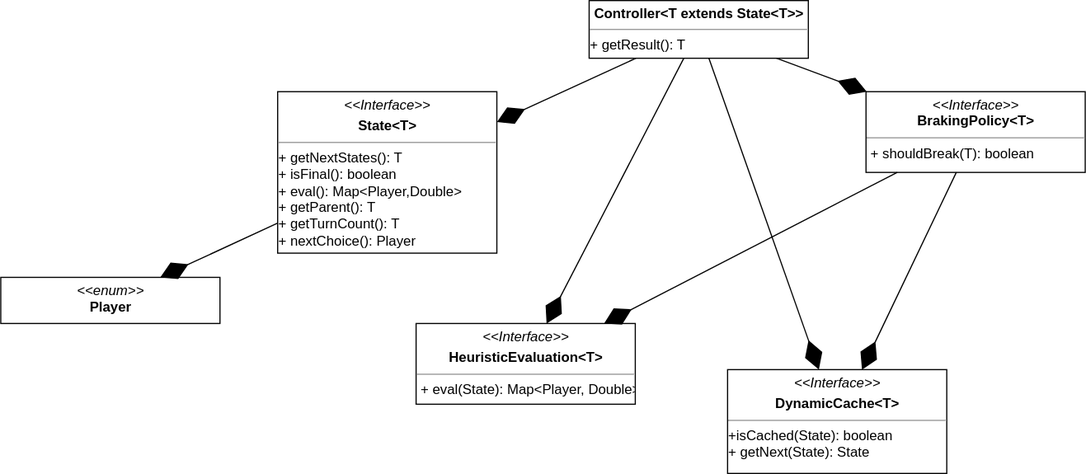
This is documentation/Classdiagramm.svg from TilBlechschmidt/NAK-TreeOptimizationAnalysis, a draw.io export, as it was before one commit. Source tidied: cells renumbered, new cells last; positions are measured from the earlier drawing's top-left corner, leaving out a move shared by most shapes.
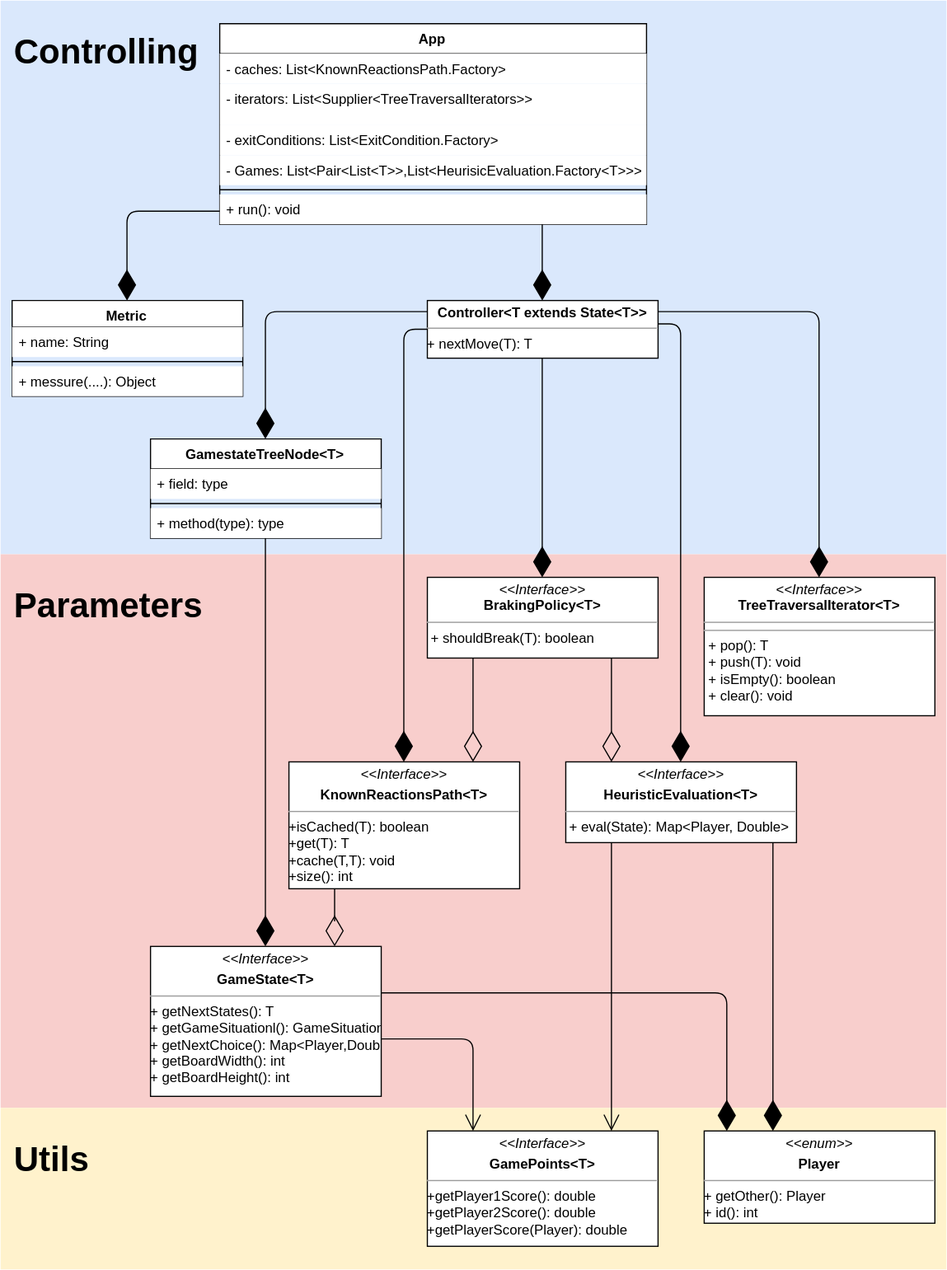
After the change.

Change to the diagram source:
```diff
@@ -2,44 +2,206 @@
   <root>
     <mxCell id="0" />
     <mxCell id="1" parent="0" />
+    <mxCell id="15" style="rounded=0;whiteSpace=wrap;html=1;fillColor=#dae8fc;strokeColor=none;" parent="1" vertex="1">
+      <mxGeometry x="-130" y="-280" width="820" height="480" as="geometry" />
+    </mxCell>
+    <mxCell id="16" style="rounded=0;whiteSpace=wrap;html=1;fillColor=#f8cecc;strokeColor=none;" parent="1" vertex="1">
+      <mxGeometry x="-130" y="200" width="820" height="480" as="geometry" />
+    </mxCell>
+    <mxCell id="17" style="rounded=0;whiteSpace=wrap;html=1;strokeColor=none;fillColor=#fff2cc;" parent="1" vertex="1">
+      <mxGeometry x="-130" y="680" width="820" height="140" as="geometry" />
+    </mxCell>
-    <mxCell id="2" value="&lt;p style=&quot;margin: 0px ; margin-top: 4px ; text-align: center&quot;&gt;&lt;i&gt;&amp;lt;&amp;lt;Interface&amp;gt;&amp;gt;&lt;/i&gt;&lt;b&gt;&lt;br&gt;&lt;/b&gt;&lt;/p&gt;&lt;p style=&quot;margin: 0px ; margin-top: 4px ; text-align: center&quot;&gt;&lt;b&gt;State&amp;lt;T&amp;gt;&lt;/b&gt;&lt;/p&gt;&lt;hr size=&quot;1&quot;&gt;+ getNextStates(): T&lt;div&gt;+ isFinal(): boolean&lt;br&gt;+ eval(): Map&amp;lt;Player,Double&amp;gt;&lt;br&gt;&lt;/div&gt;&lt;div&gt;+ getParent(): T&lt;/div&gt;&lt;div&gt;+ getTurnCount(): T&lt;br&gt;&lt;/div&gt;&lt;div&gt;+ nextChoice(): Player&lt;br&gt;&lt;/div&gt;" style="verticalAlign=top;align=left;overflow=fill;fontSize=12;fontFamily=Helvetica;html=1;" parent="1" vertex="1">
-      <mxGeometry x="240" y="79" width="190" height="140" as="geometry" />
+    <mxCell id="2" value="&lt;p style=&quot;margin: 0px ; margin-top: 4px ; text-align: center&quot;&gt;&lt;i&gt;&amp;lt;&amp;lt;Interface&amp;gt;&amp;gt;&lt;/i&gt;&lt;b&gt;&lt;br&gt;&lt;/b&gt;&lt;/p&gt;&lt;p style=&quot;margin: 0px ; margin-top: 4px ; text-align: center&quot;&gt;&lt;b&gt;GameState&amp;lt;T&amp;gt;&lt;/b&gt;&lt;/p&gt;&lt;hr size=&quot;1&quot;&gt;+ getNextStates(): T&lt;div&gt;+ getGameSituationl(): GameSituation&lt;br&gt;+ getNextChoice(): Map&amp;lt;Player,Double&amp;gt;&lt;br&gt;&lt;/div&gt;&lt;div&gt;+ getBoardWidth(): int&lt;br&gt;&lt;/div&gt;&lt;div&gt;+ getBoardHeight(): int&lt;/div&gt;" style="verticalAlign=top;align=left;overflow=fill;fontSize=12;fontFamily=Helvetica;html=1;" parent="1" vertex="1">
+      <mxGeometry y="540" width="200" height="130" as="geometry" />
     </mxCell>
     <mxCell id="3" value="&lt;p style=&quot;margin: 0px ; margin-top: 4px ; text-align: center&quot;&gt;&lt;i&gt;&amp;lt;&amp;lt;Interface&amp;gt;&amp;gt;&lt;/i&gt;&lt;br&gt;&lt;b&gt;BrakingPolicy&amp;lt;T&amp;gt;&lt;br&gt;&lt;/b&gt;&lt;/p&gt;&lt;hr size=&quot;1&quot;&gt;&amp;nbsp;+ shouldBreak(T): boolean" style="verticalAlign=top;align=left;overflow=fill;fontSize=12;fontFamily=Helvetica;html=1;" parent="1" vertex="1">
-      <mxGeometry x="750" y="79" width="190" height="70" as="geometry" />
+      <mxGeometry x="240" y="220" width="200" height="70" as="geometry" />
     </mxCell>
     <mxCell id="4" value="&lt;p style=&quot;margin: 0px ; margin-top: 4px ; text-align: center&quot;&gt;&lt;i&gt;&amp;lt;&amp;lt;Interface&amp;gt;&amp;gt;&lt;/i&gt;&lt;/p&gt;&lt;p style=&quot;margin: 0px ; margin-top: 4px ; text-align: center&quot;&gt;&lt;b&gt;HeuristicEvaluation&amp;lt;T&amp;gt;&lt;/b&gt;&lt;br&gt;&lt;/p&gt;&lt;hr size=&quot;1&quot;&gt;&amp;nbsp;+ eval(State): Map&amp;lt;Player, Double&amp;gt;" style="verticalAlign=top;align=left;overflow=fill;fontSize=12;fontFamily=Helvetica;html=1;" parent="1" vertex="1">
-      <mxGeometry x="360" y="280" width="190" height="70" as="geometry" />
+      <mxGeometry x="360" y="380" width="200" height="70" as="geometry" />
     </mxCell>
-    <mxCell id="5" value="&lt;p style=&quot;margin: 0px ; margin-top: 4px ; text-align: center&quot;&gt;&lt;b&gt;Controller&amp;lt;T extends State&amp;lt;T&amp;gt;&amp;gt;&lt;/b&gt;&lt;/p&gt;&lt;hr size=&quot;1&quot;&gt;+ getResult(): T" style="verticalAlign=top;align=left;overflow=fill;fontSize=12;fontFamily=Helvetica;html=1;" parent="1" vertex="1">
-      <mxGeometry x="510" width="190" height="50" as="geometry" />
+    <mxCell id="5" value="&lt;p style=&quot;margin: 0px ; margin-top: 4px ; text-align: center&quot;&gt;&lt;b&gt;Controller&amp;lt;T extends State&amp;lt;T&amp;gt;&amp;gt;&lt;/b&gt;&lt;/p&gt;&lt;hr size=&quot;1&quot;&gt;+ nextMove(T): T" style="verticalAlign=top;align=left;overflow=fill;fontSize=12;fontFamily=Helvetica;html=1;" parent="1" vertex="1">
+      <mxGeometry x="240" y="-20" width="200" height="50" as="geometry" />
     </mxCell>
-    <mxCell id="6" style="endArrow=diamondThin;endFill=1;endSize=24;html=1;" parent="1" edge="1" source="5" target="2">
-      <mxGeometry relative="1" as="geometry" />
+    <mxCell id="6" style="endArrow=diamondThin;endFill=1;endSize=24;html=1;edgeStyle=orthogonalEdgeStyle;" parent="1" edge="1" source="5" target="31">
+      <mxGeometry relative="1" as="geometry">
+        <Array as="points">
+          <mxPoint x="100" y="-10" />
+        </Array>
+      </mxGeometry>
     </mxCell>
-    <mxCell id="7" style="endArrow=diamondThin;endFill=1;endSize=24;html=1;" parent="1" edge="1" source="5" target="3">
-      <mxGeometry relative="1" as="geometry" />
+    <mxCell id="7" style="endArrow=diamondThin;endFill=1;endSize=24;html=1;edgeStyle=orthogonalEdgeStyle;" parent="1" edge="1" source="5" target="3">
+      <mxGeometry relative="1" as="geometry">
+        <Array as="points">
+          <mxPoint x="340" y="110" />
+          <mxPoint x="340" y="110" />
+        </Array>
+      </mxGeometry>
     </mxCell>
-    <mxCell id="8" style="endArrow=diamondThin;endFill=1;endSize=24;html=1;" parent="1" edge="1" source="5" target="4">
-      <mxGeometry relative="1" as="geometry" />
+    <mxCell id="8" style="endArrow=diamondThin;endFill=1;endSize=24;html=1;edgeStyle=orthogonalEdgeStyle;" parent="1" edge="1" source="5" target="4">
+      <mxGeometry relative="1" as="geometry">
+        <Array as="points">
+          <mxPoint x="460" />
+        </Array>
+      </mxGeometry>
     </mxCell>
-    <mxCell id="9" style="endArrow=diamondThin;endFill=1;endSize=24;html=1;" parent="1" edge="1" source="3" target="4">
-      <mxGeometry relative="1" as="geometry" />
+    <mxCell id="9" style="endArrow=diamondThin;endFill=0;endSize=24;html=1;edgeStyle=orthogonalEdgeStyle;" parent="1" edge="1" source="3" target="4">
+      <mxGeometry relative="1" as="geometry">
+        <Array as="points">
+          <mxPoint x="400" y="330" />
+          <mxPoint x="400" y="330" />
+        </Array>
+      </mxGeometry>
     </mxCell>
-    <mxCell id="10" value="&lt;p style=&quot;margin: 0px ; margin-top: 4px ; text-align: center&quot;&gt;&lt;i&gt;&amp;lt;&amp;lt;Interface&amp;gt;&amp;gt;&lt;/i&gt;&lt;/p&gt;&lt;p style=&quot;margin: 0px ; margin-top: 4px ; text-align: center&quot;&gt;&lt;b&gt;DynamicCache&amp;lt;T&amp;gt;&lt;/b&gt;&lt;br&gt;&lt;/p&gt;&lt;hr size=&quot;1&quot;&gt;&lt;div&gt;+isCached(State): boolean &lt;br&gt;&lt;/div&gt;&lt;div&gt;+ getNext(State): State&lt;/div&gt;" style="verticalAlign=top;align=left;overflow=fill;fontSize=12;fontFamily=Helvetica;html=1;" parent="1" vertex="1">
-      <mxGeometry x="630" y="320" width="190" height="90" as="geometry" />
+    <mxCell id="10" value="&lt;p style=&quot;margin: 0px ; margin-top: 4px ; text-align: center&quot;&gt;&lt;i&gt;&amp;lt;&amp;lt;Interface&amp;gt;&amp;gt;&lt;/i&gt;&lt;/p&gt;&lt;p style=&quot;margin: 0px ; margin-top: 4px ; text-align: center&quot;&gt;&lt;b&gt;KnownReactionsPath&amp;lt;T&amp;gt;&lt;/b&gt;&lt;br&gt;&lt;/p&gt;&lt;hr size=&quot;1&quot;&gt;&lt;div&gt;+isCached(T): boolean &lt;br&gt;&lt;/div&gt;&lt;div&gt;+get(T): T&lt;/div&gt;&lt;div&gt;+cache(T,T): void&lt;br&gt;&lt;/div&gt;&lt;div&gt;+size(): int&lt;br&gt;&lt;/div&gt;" style="verticalAlign=top;align=left;overflow=fill;fontSize=12;fontFamily=Helvetica;html=1;" parent="1" vertex="1">
+      <mxGeometry x="120" y="380" width="200" height="110" as="geometry" />
     </mxCell>
-    <mxCell id="11" style="endArrow=diamondThin;endFill=1;endSize=24;html=1;" parent="1" edge="1" source="5" target="10">
-      <mxGeometry relative="1" as="geometry" />
+    <mxCell id="11" style="endArrow=diamondThin;endFill=1;endSize=24;html=1;edgeStyle=orthogonalEdgeStyle;" parent="1" edge="1" source="5" target="10">
+      <mxGeometry relative="1" as="geometry">
+        <Array as="points">
+          <mxPoint x="220" y="330" />
+          <mxPoint x="220" y="330" />
+        </Array>
+      </mxGeometry>
     </mxCell>
-    <mxCell id="12" style="endArrow=diamondThin;endFill=1;endSize=24;html=1;" parent="1" edge="1" source="3" target="10">
-      <mxGeometry relative="1" as="geometry" />
+    <mxCell id="12" style="endArrow=diamondThin;endFill=0;endSize=24;html=1;edgeStyle=orthogonalEdgeStyle;" parent="1" edge="1" source="3" target="10">
+      <mxGeometry relative="1" as="geometry">
+        <Array as="points">
+          <mxPoint x="280" y="330" />
+          <mxPoint x="280" y="330" />
+        </Array>
+      </mxGeometry>
     </mxCell>
-    <mxCell id="13" value="&lt;p style=&quot;margin: 0px ; margin-top: 4px ; text-align: center&quot;&gt;&lt;i&gt;&amp;lt;&amp;lt;enum&amp;gt;&amp;gt;&lt;/i&gt;&lt;br&gt;&lt;b&gt;Player&lt;/b&gt;&lt;/p&gt;&lt;hr size=&quot;1&quot;&gt;" style="verticalAlign=top;align=left;overflow=fill;fontSize=12;fontFamily=Helvetica;html=1;" parent="1" vertex="1">
-      <mxGeometry y="240" width="190" height="40" as="geometry" />
-    </mxCell>
-    <mxCell id="14" style="endArrow=diamondThin;endFill=1;endSize=24;html=1;" parent="1" edge="1" source="2" target="13">
-      <mxGeometry relative="1" as="geometry" />
+    <mxCell id="14" style="endArrow=diamondThin;endFill=1;endSize=24;html=1;edgeStyle=orthogonalEdgeStyle;" parent="1" edge="1" source="2" target="39">
+      <mxGeometry relative="1" as="geometry">
+        <Array as="points">
+          <mxPoint x="500" y="580" />
+        </Array>
+      </mxGeometry>
     </mxCell>
+    <mxCell id="18" value="App" style="swimlane;fontStyle=1;align=center;verticalAlign=top;horizontal=1;startSize=26;" parent="1" vertex="1">
+      <mxGeometry x="60" y="-260" width="370" height="174" as="geometry" />
+    </mxCell>
+    <mxCell id="19" value="- caches: List&lt;KnownReactionsPath.Factory&gt;&#10;" style="text;strokeColor=none;fillColor=#ffffff;align=left;verticalAlign=top;spacingLeft=4;spacingRight=4;overflow=hidden;" parent="18" vertex="1">
+      <mxGeometry y="26" width="370" height="26" as="geometry" />
+    </mxCell>
+    <mxCell id="20" value="- iterators: List&lt;Supplier&lt;TreeTraversalIterators&gt;&gt;&#10;" style="text;strokeColor=none;fillColor=#ffffff;align=left;verticalAlign=top;spacingLeft=4;spacingRight=4;overflow=hidden;" parent="18" vertex="1">
+      <mxGeometry y="52" width="370" height="36" as="geometry" />
+    </mxCell>
+    <mxCell id="21" value="- exitConditions: List&lt;ExitCondition.Factory&gt;&#10;" style="text;strokeColor=none;fillColor=#ffffff;align=left;verticalAlign=top;spacingLeft=4;spacingRight=4;overflow=hidden;" parent="18" vertex="1">
+      <mxGeometry y="88" width="370" height="26" as="geometry" />
+    </mxCell>
+    <mxCell id="22" value="- Games: List&lt;Pair&lt;List&lt;T&gt;&gt;,List&lt;HeurisicEvaluation.Factory&lt;T&gt;&gt;&gt;&#10;" style="text;strokeColor=none;fillColor=#ffffff;align=left;verticalAlign=top;spacingLeft=4;spacingRight=4;overflow=hidden;" parent="18" vertex="1">
+      <mxGeometry y="114" width="370" height="26" as="geometry" />
+    </mxCell>
+    <mxCell id="23" style="line;strokeWidth=1;fillColor=#ffffff;align=left;verticalAlign=middle;spacingTop=-1;spacingLeft=3;spacingRight=3;labelPosition=right;" parent="18" vertex="1">
+      <mxGeometry y="140" width="370" height="8" as="geometry" />
+    </mxCell>
+    <mxCell id="24" value="+ run(): void" style="text;strokeColor=none;fillColor=#ffffff;align=left;verticalAlign=top;spacingLeft=4;spacingRight=4;overflow=hidden;" parent="18" vertex="1">
+      <mxGeometry y="148" width="370" height="26" as="geometry" />
+    </mxCell>
+    <mxCell id="25" style="endArrow=diamondThin;endFill=1;endSize=24;html=1;edgeStyle=orthogonalEdgeStyle;" parent="1" edge="1" source="18" target="5">
+      <mxGeometry relative="1" as="geometry">
+        <Array as="points">
+          <mxPoint x="340" y="-40" />
+          <mxPoint x="340" y="-40" />
+        </Array>
+      </mxGeometry>
+    </mxCell>
+    <mxCell id="26" value="Metric" style="swimlane;fontStyle=1;align=center;verticalAlign=top;horizontal=1;startSize=23;" parent="1" vertex="1">
+      <mxGeometry x="-120" y="-20" width="200" height="83" as="geometry" />
+    </mxCell>
+    <mxCell id="27" value="+ name: String" style="text;strokeColor=none;fillColor=#ffffff;align=left;verticalAlign=top;spacingLeft=4;spacingRight=4;overflow=hidden;" parent="26" vertex="1">
+      <mxGeometry y="23" width="200" height="26" as="geometry" />
+    </mxCell>
+    <mxCell id="28" style="line;strokeWidth=1;fillColor=#ffffff;align=left;verticalAlign=middle;spacingTop=-1;spacingLeft=3;spacingRight=3;labelPosition=right;" parent="26" vertex="1">
+      <mxGeometry y="49" width="200" height="8" as="geometry" />
+    </mxCell>
+    <mxCell id="29" value="+ messure(....): Object" style="text;strokeColor=none;fillColor=#ffffff;align=left;verticalAlign=top;spacingLeft=4;spacingRight=4;overflow=hidden;" parent="26" vertex="1">
+      <mxGeometry y="57" width="200" height="26" as="geometry" />
+    </mxCell>
+    <mxCell id="30" style="endArrow=diamondThin;endFill=1;endSize=24;html=1;edgeStyle=orthogonalEdgeStyle;" parent="1" edge="1" source="18" target="26">
+      <mxGeometry relative="1" as="geometry">
+        <Array as="points">
+          <mxPoint x="-20" y="-97" />
+        </Array>
+      </mxGeometry>
+    </mxCell>
+    <mxCell id="31" value="GamestateTreeNode&lt;T&gt;" style="swimlane;fontStyle=1;align=center;verticalAlign=top;horizontal=1;startSize=26;" parent="1" vertex="1">
+      <mxGeometry y="100" width="200" height="86" as="geometry" />
+    </mxCell>
+    <mxCell id="32" value="+ field: type" style="text;strokeColor=none;fillColor=#ffffff;align=left;verticalAlign=top;spacingLeft=4;spacingRight=4;overflow=hidden;" parent="31" vertex="1">
+      <mxGeometry y="26" width="200" height="26" as="geometry" />
+    </mxCell>
+    <mxCell id="33" style="line;strokeWidth=1;fillColor=#ffffff;align=left;verticalAlign=middle;spacingTop=-1;spacingLeft=3;spacingRight=3;labelPosition=right;" parent="31" vertex="1">
+      <mxGeometry y="52" width="200" height="8" as="geometry" />
+    </mxCell>
+    <mxCell id="34" value="+ method(type): type" style="text;strokeColor=none;fillColor=#ffffff;align=left;verticalAlign=top;spacingLeft=4;spacingRight=4;overflow=hidden;" parent="31" vertex="1">
+      <mxGeometry y="60" width="200" height="26" as="geometry" />
+    </mxCell>
+    <mxCell id="35" style="endArrow=diamondThin;endFill=1;endSize=24;html=1;edgeStyle=orthogonalEdgeStyle;" parent="1" edge="1" source="31" target="2">
+      <mxGeometry relative="1" as="geometry">
+        <Array as="points">
+          <mxPoint x="100" y="350" />
+          <mxPoint x="100" y="350" />
+        </Array>
+      </mxGeometry>
+    </mxCell>
+    <mxCell id="36" style="endArrow=diamondThin;endFill=1;endSize=24;html=1;edgeStyle=orthogonalEdgeStyle;" parent="1" edge="1" source="5" target="37">
+      <mxGeometry relative="1" as="geometry">
+        <Array as="points">
+          <mxPoint x="580" y="-10" />
+        </Array>
+      </mxGeometry>
+    </mxCell>
+    <mxCell id="37" value="&lt;p style=&quot;margin: 0px ; margin-top: 4px ; text-align: center&quot;&gt;&lt;i&gt;&amp;lt;&amp;lt;Interface&amp;gt;&amp;gt;&lt;/i&gt;&lt;br&gt;&lt;b&gt;TreeTraversalIterator&amp;lt;T&amp;gt;&lt;/b&gt;&lt;/p&gt;&lt;hr size=&quot;1&quot;&gt;&lt;hr size=&quot;1&quot;&gt;&lt;p style=&quot;margin: 0px ; margin-left: 4px&quot;&gt;+ pop(): T&lt;br&gt;&lt;/p&gt;&lt;p style=&quot;margin: 0px ; margin-left: 4px&quot;&gt;+ push(T): void&lt;/p&gt;&lt;p style=&quot;margin: 0px ; margin-left: 4px&quot;&gt;+ isEmpty(): boolean&lt;br&gt;+ clear(): void&lt;br&gt;&lt;/p&gt;" style="verticalAlign=top;align=left;overflow=fill;fontSize=12;fontFamily=Helvetica;html=1;" parent="1" vertex="1">
+      <mxGeometry x="480" y="220" width="200" height="120" as="geometry" />
+    </mxCell>
+    <mxCell id="38" style="endArrow=diamondThin;endFill=1;endSize=24;html=1;edgeStyle=orthogonalEdgeStyle;" parent="1" edge="1" source="4" target="39">
+      <mxGeometry relative="1" as="geometry">
+        <Array as="points">
+          <mxPoint x="540" y="510" />
+          <mxPoint x="540" y="510" />
+        </Array>
+      </mxGeometry>
+    </mxCell>
+    <mxCell id="39" value="&lt;p style=&quot;margin: 0px ; margin-top: 4px ; text-align: center&quot;&gt;&lt;i&gt;&amp;lt;&amp;lt;enum&amp;gt;&amp;gt;&lt;/i&gt;&lt;b&gt;&lt;br&gt;&lt;/b&gt;&lt;/p&gt;&lt;p style=&quot;margin: 0px ; margin-top: 4px ; text-align: center&quot;&gt;&lt;b&gt;Player&lt;/b&gt;&lt;/p&gt;&lt;hr size=&quot;1&quot;&gt;+ getOther(): Player&lt;div&gt;+ id(): int&lt;/div&gt;" style="verticalAlign=top;align=left;overflow=fill;fontSize=12;fontFamily=Helvetica;html=1;" parent="1" vertex="1">
+      <mxGeometry x="480" y="700" width="200" height="80" as="geometry" />
+    </mxCell>
+    <mxCell id="40" style="endArrow=diamondThin;endFill=0;endSize=24;html=1;edgeStyle=orthogonalEdgeStyle;" parent="1" edge="1" source="10" target="2">
+      <mxGeometry relative="1" as="geometry">
+        <Array as="points">
+          <mxPoint x="160" y="520" />
+          <mxPoint x="160" y="520" />
+        </Array>
+      </mxGeometry>
+    </mxCell>
+    <mxCell id="41" value="&lt;p style=&quot;margin: 0px ; margin-top: 4px ; text-align: center&quot;&gt;&lt;i&gt;&amp;lt;&amp;lt;Interface&amp;gt;&amp;gt;&lt;/i&gt;&lt;/p&gt;&lt;p style=&quot;margin: 0px ; margin-top: 4px ; text-align: center&quot;&gt;&lt;b&gt;GamePoints&amp;lt;T&amp;gt;&lt;/b&gt;&lt;br&gt;&lt;/p&gt;&lt;hr size=&quot;1&quot;&gt;&lt;div&gt;+getPlayer1Score(): double &lt;br&gt;&lt;/div&gt;&lt;div&gt;+getPlayer2Score(): double&lt;/div&gt;&lt;div&gt;+getPlayerScore(Player): double&lt;/div&gt;" style="verticalAlign=top;align=left;overflow=fill;fontSize=12;fontFamily=Helvetica;html=1;" parent="1" vertex="1">
+      <mxGeometry x="240" y="700" width="200" height="100" as="geometry" />
+    </mxCell>
+    <mxCell id="42" style="endArrow=open;endFill=1;endSize=12;html=1;edgeStyle=orthogonalEdgeStyle;" parent="1" edge="1" source="2" target="41">
+      <mxGeometry relative="1" as="geometry">
+        <Array as="points">
+          <mxPoint x="280" y="620" />
+        </Array>
+      </mxGeometry>
+    </mxCell>
+    <mxCell id="43" style="endArrow=open;endFill=1;endSize=12;html=1;edgeStyle=orthogonalEdgeStyle;" parent="1" edge="1" source="4" target="41">
+      <mxGeometry relative="1" as="geometry">
+        <Array as="points">
+          <mxPoint x="400" y="490" />
+          <mxPoint x="400" y="490" />
+        </Array>
+      </mxGeometry>
+    </mxCell>
+    <mxCell id="44" value="Utils" style="text;html=1;strokeColor=none;fillColor=none;align=left;verticalAlign=top;whiteSpace=wrap;rounded=0;fontStyle=1;fontSize=30;" parent="1" vertex="1">
+      <mxGeometry x="-120" y="700" width="40" height="20" as="geometry" />
+    </mxCell>
+    <mxCell id="45" value="Parameters" style="text;html=1;strokeColor=none;fillColor=none;align=left;verticalAlign=top;whiteSpace=wrap;rounded=0;fontStyle=1;fontSize=30;" parent="1" vertex="1">
+      <mxGeometry x="-120" y="220" width="40" height="20" as="geometry" />
+    </mxCell>
+    <mxCell id="46" value="Controlling" style="text;html=1;strokeColor=none;fillColor=none;align=left;verticalAlign=top;whiteSpace=wrap;rounded=0;fontStyle=1;fontSize=30;" parent="1" vertex="1">
+      <mxGeometry x="-120" y="-260" width="40" height="20" as="geometry" />
+    </mxCell>
   </root>
 </mxGraphModel>
```
